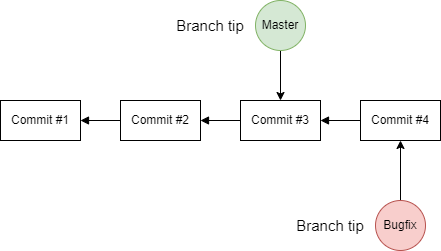
The draw.io diagram Assets/images/git-branch.png in braboj/tutorial-git, before a commit. Source tidied: cells renumbered, new cells last; positions are measured from the earlier drawing's top-left corner, leaving out a move shared by most shapes.
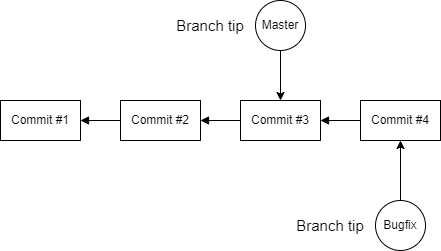
Later version of the same file.

What changed in the source:
```diff
@@ -23,7 +23,7 @@
     <mxCell id="8" style="edgeStyle=orthogonalEdgeStyle;rounded=0;jettySize=auto;html=1;entryX=0.5;entryY=0;entryDx=0;entryDy=0;" parent="1" edge="1" source="9" target="7">
       <mxGeometry relative="1" as="geometry" />
     </mxCell>
-    <mxCell id="9" value="Master" style="ellipse;whiteSpace=wrap;html=1;fillColor=#d5e8d4;strokeColor=#82b366;" parent="1" vertex="1">
+    <mxCell id="9" value="Master" style="ellipse;whiteSpace=wrap;html=1;" parent="1" vertex="1">
       <mxGeometry x="255" width="50" height="50" as="geometry" />
     </mxCell>
     <mxCell id="10" value="Commit #4" style="rounded=0;whiteSpace=wrap;html=1;" parent="1" vertex="1">
@@ -32,7 +32,7 @@
     <mxCell id="11" style="edgeStyle=orthogonalEdgeStyle;rounded=0;jettySize=auto;html=1;entryX=0.5;entryY=1;entryDx=0;entryDy=0;" parent="1" edge="1" source="12" target="10">
       <mxGeometry relative="1" as="geometry" />
     </mxCell>
-    <mxCell id="12" value="Bugfix" style="ellipse;whiteSpace=wrap;html=1;fillColor=#f8cecc;strokeColor=#b85450;" parent="1" vertex="1">
+    <mxCell id="12" value="Bugfix" style="ellipse;whiteSpace=wrap;html=1;" parent="1" vertex="1">
       <mxGeometry x="375" y="200" width="50" height="50" as="geometry" />
     </mxCell>
     <mxCell id="13" value="Branch tip" style="text;html=1;strokeColor=none;fillColor=none;align=center;verticalAlign=middle;whiteSpace=wrap;rounded=0;sketch=1;fontFamily=Helvetica;fontSize=15;" parent="1" vertex="1">
```
